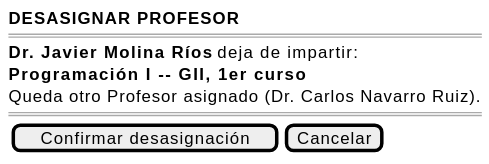
Above: images/RUP/01-requisitos/03-detalle-casos-uso/desasignarProfesorAsignaturaPrograma/wireframe-normal.svg in mmasias/pyCeldaPublico (PlantUML), before the change.
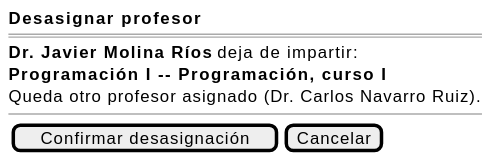
After the change.

The edit, as a diff of the source:
```diff
@@ -1,13 +1,11 @@
 @startsalt desasignarProfesorAsignaturaPrograma-wireframe-normal
 {
-    <b>DESASIGNAR PROFESOR</b>
+    <b>Desasignar profesor</b>
     ====
     <b>Dr. Javier Molina Ríos</b> deja de impartir:
-
-    <b>Programación I -- GII, 1er curso</b>
-
-    Queda otro Profesor asignado (Dr. Carlos Navarro Ruiz).
-    ====
+    <b>Programación I -- Programación, curso I</b>
+    Queda otro profesor asignado (Dr. Carlos Navarro Ruiz).
+    --
     {[Confirmar desasignación] | [Cancelar]}
 }
 @endsalt
```
